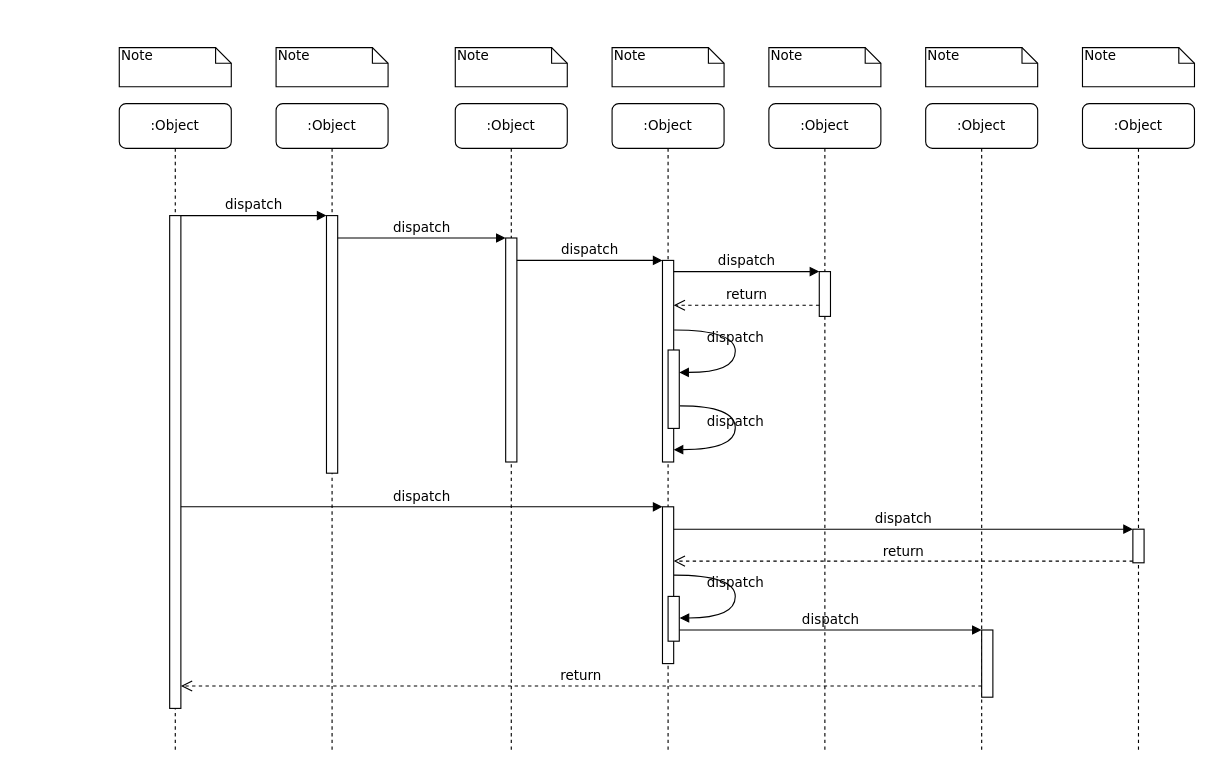
This is Diagrama sem nome.drawio from Joao-Daniel-EM/Joao-Daniel-EM, a draw.io file, before an edit. Source tidied: cells renumbered, new cells numbered last; positions are measured from the earlier drawing's top-left corner, leaving out a move shared by most shapes. Both pictures are drawn from the tidied source at 112%, with x=0, y=0 at pixel (119, 47).
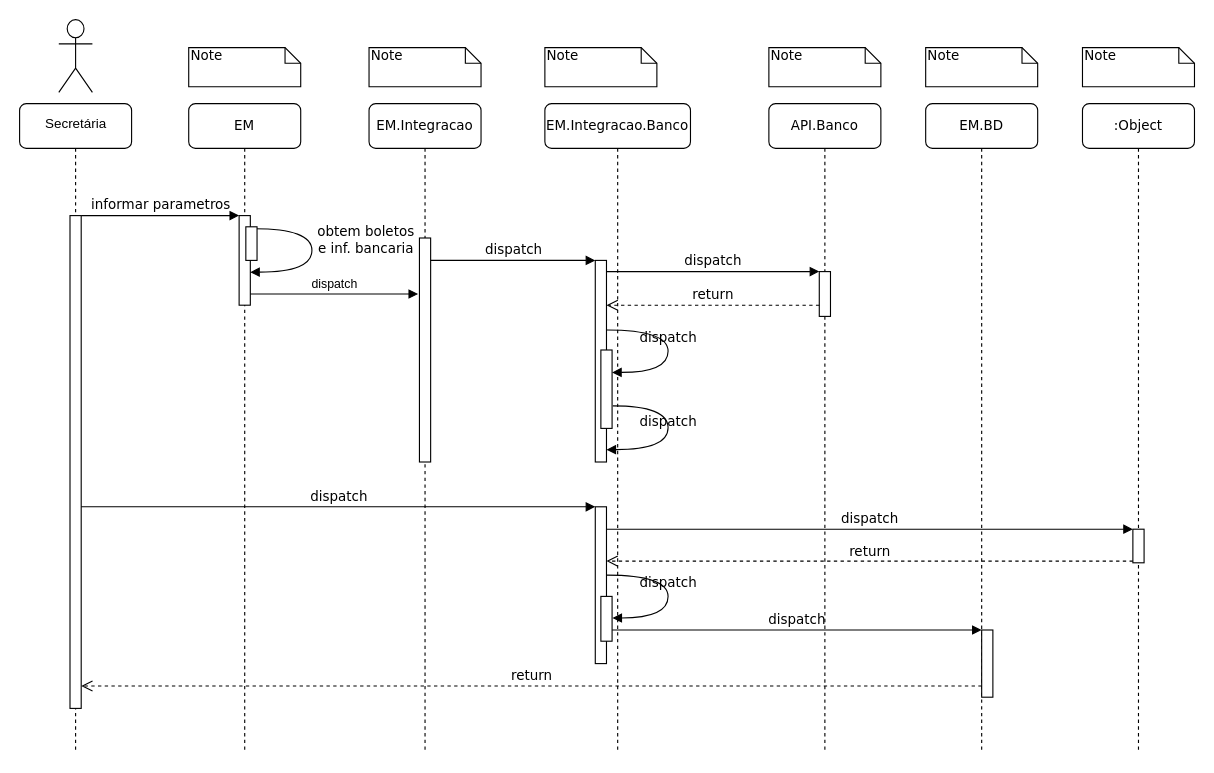
The same page after the edit.

Unchanged cells that the change refers to:
```xml
<mxCell id="5" style="html=1;points=[];perimeter=orthogonalPerimeter;rounded=0;shadow=0;comic=0;labelBackgroundColor=none;strokeWidth=1;fontFamily=Verdana;fontSize=12;align=center;" parent="4" vertex="1">
  <mxGeometry x="45" y="120" width="10" height="200" as="geometry" />
</mxCell>
<mxCell id="11" style="html=1;points=[];perimeter=orthogonalPerimeter;rounded=0;shadow=0;comic=0;labelBackgroundColor=none;strokeWidth=1;fontFamily=Verdana;fontSize=12;align=center;" parent="10" vertex="1">
  <mxGeometry x="45" y="100" width="10" height="440" as="geometry" />
</mxCell>
```

Change to the diagram source:
```diff
@@
-    <mxCell id="2" value=":Object" style="shape=umlLifeline;perimeter=lifelinePerimeter;whiteSpace=wrap;html=1;rounded=1;shadow=0;comic=0;labelBackgroundColor=none;strokeWidth=1;fontFamily=Verdana;fontSize=12;align=center;" parent="1" vertex="1">
-      <mxGeometry x="140" y="50" width="100" height="580" as="geometry" />
+    <mxCell id="2" value="EM" style="shape=umlLifeline;perimeter=lifelinePerimeter;whiteSpace=wrap;html=1;rounded=1;shadow=0;comic=0;labelBackgroundColor=none;strokeWidth=1;fontFamily=Verdana;fontSize=12;align=center;" parent="1" vertex="1">
+      <mxGeometry x="62" y="50" width="100" height="580" as="geometry" />
     </mxCell>
     <mxCell id="3" style="html=1;points=[];perimeter=orthogonalPerimeter;rounded=0;shadow=0;comic=0;labelBackgroundColor=none;strokeWidth=1;fontFamily=Verdana;fontSize=12;align=center;" parent="2" vertex="1">
-      <mxGeometry x="45" y="100" width="10" height="230" as="geometry" />
+      <mxGeometry x="45" y="100" width="10" height="80" as="geometry" />
     </mxCell>
+    <mxCell id="39" value="obtem boletos&lt;br&gt;e inf. bancaria" style="html=1;verticalAlign=bottom;endArrow=block;labelBackgroundColor=none;fontFamily=Verdana;fontSize=12;elbow=vertical;edgeStyle=orthogonalEdgeStyle;curved=1;exitX=0.751;exitY=0.058;exitPerimeter=0;entryX=0.988;entryY=0.631;entryDx=0;entryDy=0;entryPerimeter=0;exitDx=0;exitDy=0;" parent="2" edge="1" source="40" target="3">
+      <mxGeometry x="0.09" y="48" relative="1" as="geometry">
+        <Array as="points">
+          <mxPoint x="110" y="112" />
+          <mxPoint x="110" y="151" />
+        </Array>
+      </mxGeometry>
+    </mxCell>
+    <mxCell id="40" style="html=1;points=[[0,0,0,0,5],[0,1,0,0,-5],[1,0,0,0,5],[1,1,0,0,-5]];perimeter=orthogonalPerimeter;outlineConnect=0;targetShapes=umlLifeline;portConstraint=eastwest;newEdgeStyle={&quot;curved&quot;:0,&quot;rounded&quot;:0};" parent="2" vertex="1">
+      <mxGeometry x="51" y="110" width="10" height="30" as="geometry" />
+    </mxCell>
+    <mxCell id="26" value="dispatch" style="html=1;verticalAlign=bottom;endArrow=block;curved=0;rounded=0;entryX=-0.12;entryY=0.25;entryDx=0;entryDy=0;entryPerimeter=0;" parent="2" edge="1" target="5">
+      <mxGeometry relative="1" as="geometry">
+        <mxPoint x="55" y="170" as="sourcePoint" />
+      </mxGeometry>
+    </mxCell>
-    <mxCell id="4" value=":Object" style="shape=umlLifeline;perimeter=lifelinePerimeter;whiteSpace=wrap;html=1;rounded=1;shadow=0;comic=0;labelBackgroundColor=none;strokeWidth=1;fontFamily=Verdana;fontSize=12;align=center;" parent="1" vertex="1">
-      <mxGeometry x="300" y="50" width="100" height="580" as="geometry" />
+    <mxCell id="4" value="EM.Integracao" style="shape=umlLifeline;perimeter=lifelinePerimeter;whiteSpace=wrap;html=1;rounded=1;shadow=0;comic=0;labelBackgroundColor=none;strokeWidth=1;fontFamily=Verdana;fontSize=12;align=center;" parent="1" vertex="1">
+      <mxGeometry x="223" y="50" width="100" height="580" as="geometry" />
     </mxCell>
@@
-    <mxCell id="6" value=":Object" style="shape=umlLifeline;perimeter=lifelinePerimeter;whiteSpace=wrap;html=1;rounded=1;shadow=0;comic=0;labelBackgroundColor=none;strokeWidth=1;fontFamily=Verdana;fontSize=12;align=center;" parent="1" vertex="1">
-      <mxGeometry x="440" y="50" width="100" height="580" as="geometry" />
+    <mxCell id="6" value="EM.Integracao.Banco" style="shape=umlLifeline;perimeter=lifelinePerimeter;whiteSpace=wrap;html=1;rounded=1;shadow=0;comic=0;labelBackgroundColor=none;strokeWidth=1;fontFamily=Verdana;fontSize=12;align=center;" parent="1" vertex="1">
+      <mxGeometry x="380" y="50" width="130" height="580" as="geometry" />
     </mxCell>
-    <mxCell id="7" value=":Object" style="shape=umlLifeline;perimeter=lifelinePerimeter;whiteSpace=wrap;html=1;rounded=1;shadow=0;comic=0;labelBackgroundColor=none;strokeWidth=1;fontFamily=Verdana;fontSize=12;align=center;" parent="1" vertex="1">
+    <mxCell id="7" value="API.Banco" style="shape=umlLifeline;perimeter=lifelinePerimeter;whiteSpace=wrap;html=1;rounded=1;shadow=0;comic=0;labelBackgroundColor=none;strokeWidth=1;fontFamily=Verdana;fontSize=12;align=center;" parent="1" vertex="1">
       <mxGeometry x="580" y="50" width="100" height="580" as="geometry" />
     </mxCell>
-    <mxCell id="8" value=":Object" style="shape=umlLifeline;perimeter=lifelinePerimeter;whiteSpace=wrap;html=1;rounded=1;shadow=0;comic=0;labelBackgroundColor=none;strokeWidth=1;fontFamily=Verdana;fontSize=12;align=center;" parent="1" vertex="1">
+    <mxCell id="8" value="EM.BD" style="shape=umlLifeline;perimeter=lifelinePerimeter;whiteSpace=wrap;html=1;rounded=1;shadow=0;comic=0;labelBackgroundColor=none;strokeWidth=1;fontFamily=Verdana;fontSize=12;align=center;" parent="1" vertex="1">
       <mxGeometry x="720" y="50" width="100" height="580" as="geometry" />
     </mxCell>
@@
-    <mxCell id="10" value=":Object" style="shape=umlLifeline;perimeter=lifelinePerimeter;whiteSpace=wrap;html=1;rounded=1;shadow=0;comic=0;labelBackgroundColor=none;strokeWidth=1;fontFamily=Verdana;fontSize=12;align=center;" parent="1" vertex="1">
-      <mxGeometry y="50" width="100" height="580" as="geometry" />
+    <mxCell id="10" style="shape=umlLifeline;perimeter=lifelinePerimeter;whiteSpace=wrap;html=1;rounded=1;shadow=0;comic=0;labelBackgroundColor=none;strokeWidth=1;fontFamily=Verdana;fontSize=12;align=center;" parent="1" vertex="1">
+      <mxGeometry x="-89" y="50" width="100" height="580" as="geometry" />
     </mxCell>
@@
     <mxCell id="12" style="html=1;points=[];perimeter=orthogonalPerimeter;rounded=0;shadow=0;comic=0;labelBackgroundColor=none;strokeWidth=1;fontFamily=Verdana;fontSize=12;align=center;" parent="1" vertex="1">
-      <mxGeometry x="485" y="190" width="10" height="180" as="geometry" />
+      <mxGeometry x="425" y="190" width="10" height="180" as="geometry" />
     </mxCell>
     <mxCell id="13" value="dispatch" style="html=1;verticalAlign=bottom;endArrow=block;labelBackgroundColor=none;fontFamily=Verdana;fontSize=12;edgeStyle=elbowEdgeStyle;elbow=vertical;" parent="1" edge="1" source="5" target="12">
       <mxGeometry relative="1" as="geometry">
         <Array as="points">
-          <mxPoint x="360" y="190" />
+          <mxPoint x="283" y="190" />
         </Array>
       </mxGeometry>
     </mxCell>
@@
     <mxCell id="17" style="html=1;points=[];perimeter=orthogonalPerimeter;rounded=0;shadow=0;comic=0;labelBackgroundColor=none;strokeWidth=1;fontFamily=Verdana;fontSize=12;align=center;" parent="1" vertex="1">
-      <mxGeometry x="485" y="410" width="10" height="140" as="geometry" />
+      <mxGeometry x="425" y="410" width="10" height="140" as="geometry" />
     </mxCell>
@@
-    <mxCell id="25" value="dispatch" style="html=1;verticalAlign=bottom;endArrow=block;entryX=0;entryY=0;labelBackgroundColor=none;fontFamily=Verdana;fontSize=12;edgeStyle=elbowEdgeStyle;elbow=vertical;" parent="1" edge="1" source="11" target="3">
+    <mxCell id="25" value="informar parametros" style="html=1;verticalAlign=bottom;endArrow=block;entryX=0;entryY=0;labelBackgroundColor=none;fontFamily=Verdana;fontSize=12;edgeStyle=elbowEdgeStyle;elbow=vertical;" parent="1" edge="1" source="11" target="3">
       <mxGeometry relative="1" as="geometry" />
     </mxCell>
-    <mxCell id="26" value="dispatch" style="html=1;verticalAlign=bottom;endArrow=block;entryX=0;entryY=0;labelBackgroundColor=none;fontFamily=Verdana;fontSize=12;edgeStyle=elbowEdgeStyle;elbow=vertical;" parent="1" edge="1" source="3" target="5">
-      <mxGeometry relative="1" as="geometry" />
-    </mxCell>
     <mxCell id="27" style="html=1;points=[];perimeter=orthogonalPerimeter;rounded=0;shadow=0;comic=0;labelBackgroundColor=none;strokeWidth=1;fontFamily=Verdana;fontSize=12;align=center;" parent="1" vertex="1">
-      <mxGeometry x="490" y="270" width="10" height="70" as="geometry" />
+      <mxGeometry x="430" y="270" width="10" height="70" as="geometry" />
     </mxCell>
     <mxCell id="28" value="dispatch" style="html=1;verticalAlign=bottom;endArrow=block;labelBackgroundColor=none;fontFamily=Verdana;fontSize=12;elbow=vertical;edgeStyle=orthogonalEdgeStyle;curved=1;entryX=1;entryY=0.286;entryPerimeter=0;exitX=1.038;exitY=0.345;exitPerimeter=0;" parent="1" edge="1" source="12" target="27">
       <mxGeometry relative="1" as="geometry">
         <Array as="points">
-          <mxPoint x="550" y="252" />
-          <mxPoint x="550" y="290" />
+          <mxPoint x="490" y="252" />
+          <mxPoint x="490" y="290" />
         </Array>
       </mxGeometry>
     </mxCell>
     <mxCell id="29" value="dispatch" style="html=1;verticalAlign=bottom;endArrow=block;labelBackgroundColor=none;fontFamily=Verdana;fontSize=12;elbow=vertical;edgeStyle=orthogonalEdgeStyle;curved=1;exitX=1.066;exitY=0.713;exitPerimeter=0;" parent="1" edge="1" source="27">
       <mxGeometry relative="1" as="geometry">
-        <mxPoint x="495" y="359" as="targetPoint" />
+        <mxPoint x="435" y="359" as="targetPoint" />
         <Array as="points">
-          <mxPoint x="550" y="320" />
-          <mxPoint x="550" y="359" />
+          <mxPoint x="490" y="320" />
+          <mxPoint x="490" y="359" />
         </Array>
       </mxGeometry>
     </mxCell>
     <mxCell id="30" style="html=1;points=[];perimeter=orthogonalPerimeter;rounded=0;shadow=0;comic=0;labelBackgroundColor=none;strokeWidth=1;fontFamily=Verdana;fontSize=12;align=center;" parent="1" vertex="1">
-      <mxGeometry x="490" y="490" width="10" height="40" as="geometry" />
+      <mxGeometry x="430" y="490" width="10" height="40" as="geometry" />
     </mxCell>
     <mxCell id="31" value="dispatch" style="html=1;verticalAlign=bottom;endArrow=block;labelBackgroundColor=none;fontFamily=Verdana;fontSize=12;elbow=vertical;edgeStyle=orthogonalEdgeStyle;curved=1;entryX=1;entryY=0.286;entryPerimeter=0;exitX=1.038;exitY=0.345;exitPerimeter=0;" parent="1" edge="1">
       <mxGeometry relative="1" as="geometry">
-        <mxPoint x="495.3" y="471" as="sourcePoint" />
-        <mxPoint x="500.3" y="509.3" as="targetPoint" />
+        <mxPoint x="435.3" y="471" as="sourcePoint" />
+        <mxPoint x="440.3" y="509.3" as="targetPoint" />
         <Array as="points">
-          <mxPoint x="550" y="471" />
-          <mxPoint x="550" y="509" />
+          <mxPoint x="490" y="471" />
+          <mxPoint x="490" y="509" />
         </Array>
       </mxGeometry>
     </mxCell>
-    <mxCell id="32" value="Note" style="shape=note;whiteSpace=wrap;html=1;size=14;verticalAlign=top;align=left;spacingTop=-6;rounded=0;shadow=0;comic=0;labelBackgroundColor=none;strokeWidth=1;fontFamily=Verdana;fontSize=12;" parent="1" vertex="1">
-      <mxGeometry width="100" height="35" as="geometry" />
-    </mxCell>
     <mxCell id="33" value="Note" style="shape=note;whiteSpace=wrap;html=1;size=14;verticalAlign=top;align=left;spacingTop=-6;rounded=0;shadow=0;comic=0;labelBackgroundColor=none;strokeWidth=1;fontFamily=Verdana;fontSize=12;" parent="1" vertex="1">
-      <mxGeometry x="140" width="100" height="35" as="geometry" />
+      <mxGeometry x="62" width="100" height="35" as="geometry" />
     </mxCell>
     <mxCell id="34" value="Note" style="shape=note;whiteSpace=wrap;html=1;size=14;verticalAlign=top;align=left;spacingTop=-6;rounded=0;shadow=0;comic=0;labelBackgroundColor=none;strokeWidth=1;fontFamily=Verdana;fontSize=12;" parent="1" vertex="1">
-      <mxGeometry x="300" width="100" height="35" as="geometry" />
+      <mxGeometry x="223" width="100" height="35" as="geometry" />
     </mxCell>
     <mxCell id="35" value="Note" style="shape=note;whiteSpace=wrap;html=1;size=14;verticalAlign=top;align=left;spacingTop=-6;rounded=0;shadow=0;comic=0;labelBackgroundColor=none;strokeWidth=1;fontFamily=Verdana;fontSize=12;" parent="1" vertex="1">
-      <mxGeometry x="440" width="100" height="35" as="geometry" />
+      <mxGeometry x="380" width="100" height="35" as="geometry" />
     </mxCell>
@@
+    <mxCell id="41" value="&lt;br&gt;Secretária" style="shape=umlActor;verticalLabelPosition=bottom;verticalAlign=top;html=1;" parent="1" vertex="1">
+      <mxGeometry x="-54" y="-25" width="30" height="65" as="geometry" />
+    </mxCell>
```
